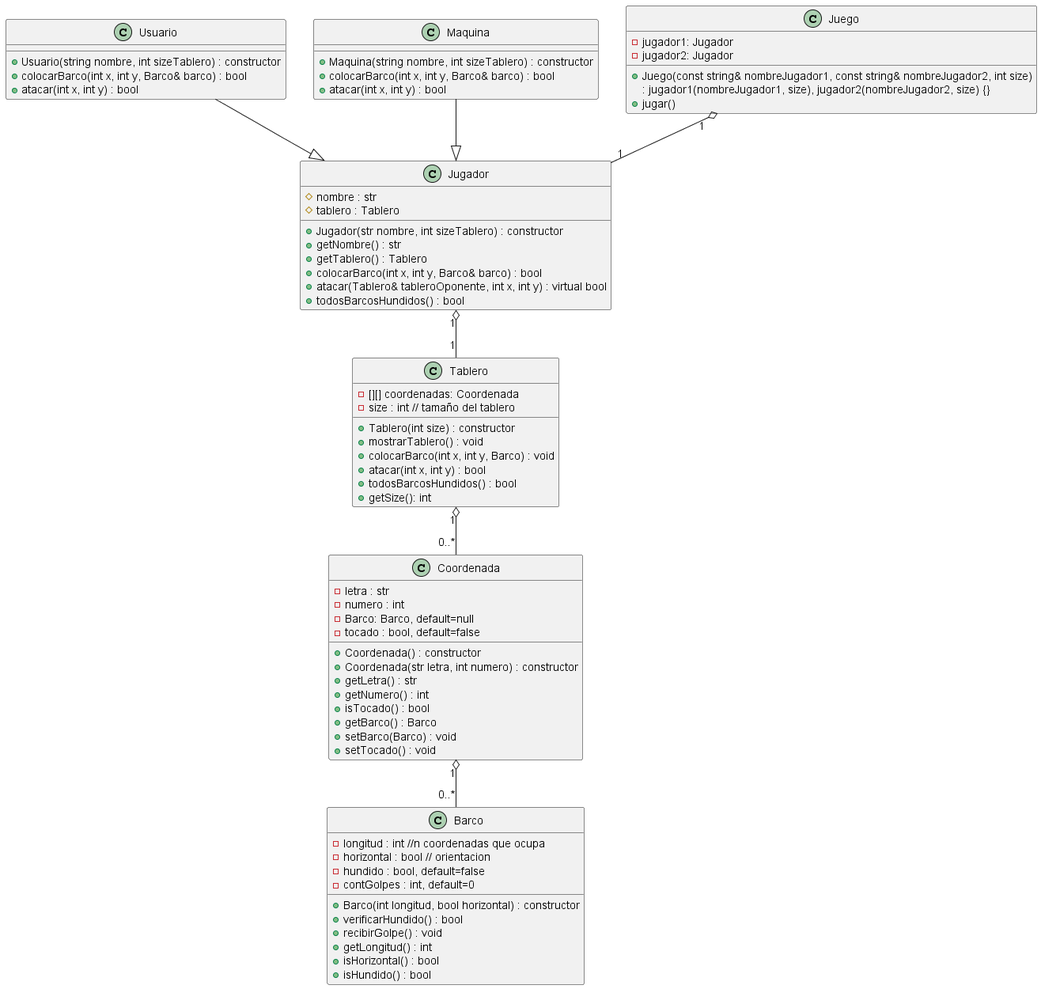
santiago6124/ProyectoFinalProg2 keeps this PlantUML diagram as docs/diagram_v-review.png. Above is the earlier version.
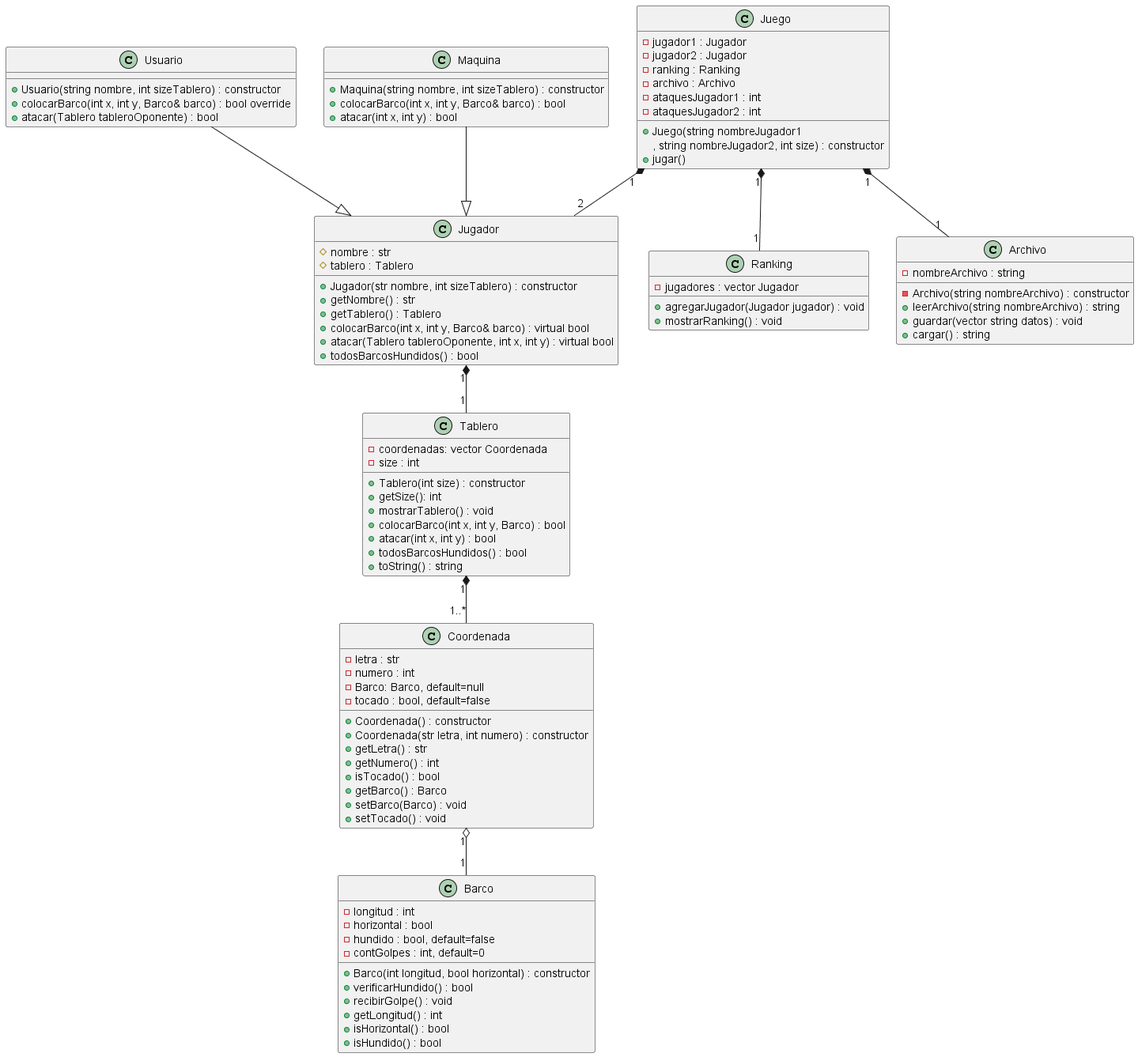
After the commit.

Commit message:
diagram export

The edit, as a diff of the source:
```diff
@@ -2,14 +2,15 @@
 
 
 class Tablero {
-    - [][] coordenadas: Coordenada
-    - size : int // tamaño del tablero
+    - coordenadas: vector Coordenada
+    - size : int
     + Tablero(int size) : constructor
+    + getSize(): int
     + mostrarTablero() : void
-    + colocarBarco(int x, int y, Barco) : void
+    + colocarBarco(int x, int y, Barco) : bool
     + atacar(int x, int y) : bool
     + todosBarcosHundidos() : bool
-    + getSize(): int
+    + toString() : string
 }
 
 class Coordenada {
@@ -27,11 +28,11 @@
     + setTocado() : void
 }
 
-Tablero "1" o-- "0..*" Coordenada
+Tablero "1" *-- "1..*" Coordenada
 
 class Barco {
-    - longitud : int //n coordenadas que ocupa
-    - horizontal : bool // orientacion
+    - longitud : int
+    - horizontal : bool
     - hundido : bool, default=false
     - contGolpes : int, default=0
     + Barco(int longitud, bool horizontal) : constructor
@@ -40,10 +41,9 @@
     + getLongitud() : int
     + isHorizontal() : bool
     + isHundido() : bool
-
 }
 
-Coordenada "1" o-- "0..*" Barco
+Coordenada "1" o-- "1" Barco
 
 class Jugador {
     # nombre : str
@@ -51,15 +51,15 @@
     + Jugador(str nombre, int sizeTablero) : constructor
     + getNombre() : str
     + getTablero() : Tablero
-    + colocarBarco(int x, int y, Barco& barco) : bool
-    + atacar(Tablero& tableroOponente, int x, int y) : virtual bool
+    + colocarBarco(int x, int y, Barco& barco) : virtual bool
+    + atacar(Tablero tableroOponente, int x, int y) : virtual bool
     + todosBarcosHundidos() : bool
 }
 
 class Usuario {
     + Usuario(string nombre, int sizeTablero) : constructor
-    + colocarBarco(int x, int y, Barco& barco) : bool
-    + atacar(int x, int y) : bool
+    + colocarBarco(int x, int y, Barco& barco) : bool override
+    + atacar(Tablero tableroOponente) : bool
 }
 
 class Maquina {
@@ -71,16 +71,38 @@
 Usuario --|> Jugador
 Maquina --|> Jugador
 
-Jugador "1" o-- "1" Tablero
+Jugador "1" *-- "1" Tablero
 
 class Juego {
-    - jugador1: Jugador
-    - jugador2: Jugador
-    + Juego(const string& nombreJugador1, const string& nombreJugador2, int size)
-        : jugador1(nombreJugador1, size), jugador2(nombreJugador2, size) {}
+    - jugador1 : Jugador
+    - jugador2 : Jugador
+    - ranking : Ranking
+    - archivo : Archivo
+    - ataquesJugador1 : int
+    - ataquesJugador2 : int
+    + Juego(string nombreJugador1
+        , string nombreJugador2, int size) : constructor
     + jugar()
 }
 
-Juego "1" o-- "1" Jugador
+Juego "1" *-- "2" Jugador
+
+class Ranking {
+    - jugadores : vector Jugador
+    + agregarJugador(Jugador jugador) : void
+    + mostrarRanking() : void
+}
+
+Juego "1" *-- "1" Ranking
+
+class Archivo {
+    - nombreArchivo : string
+    - Archivo(string nombreArchivo) : constructor
+    + leerArchivo(string nombreArchivo) : string
+    + guardar(vector string datos) : void
+    + cargar() : string
+}
+
+Juego "1" *-- "1" Archivo
 
 @enduml
```
